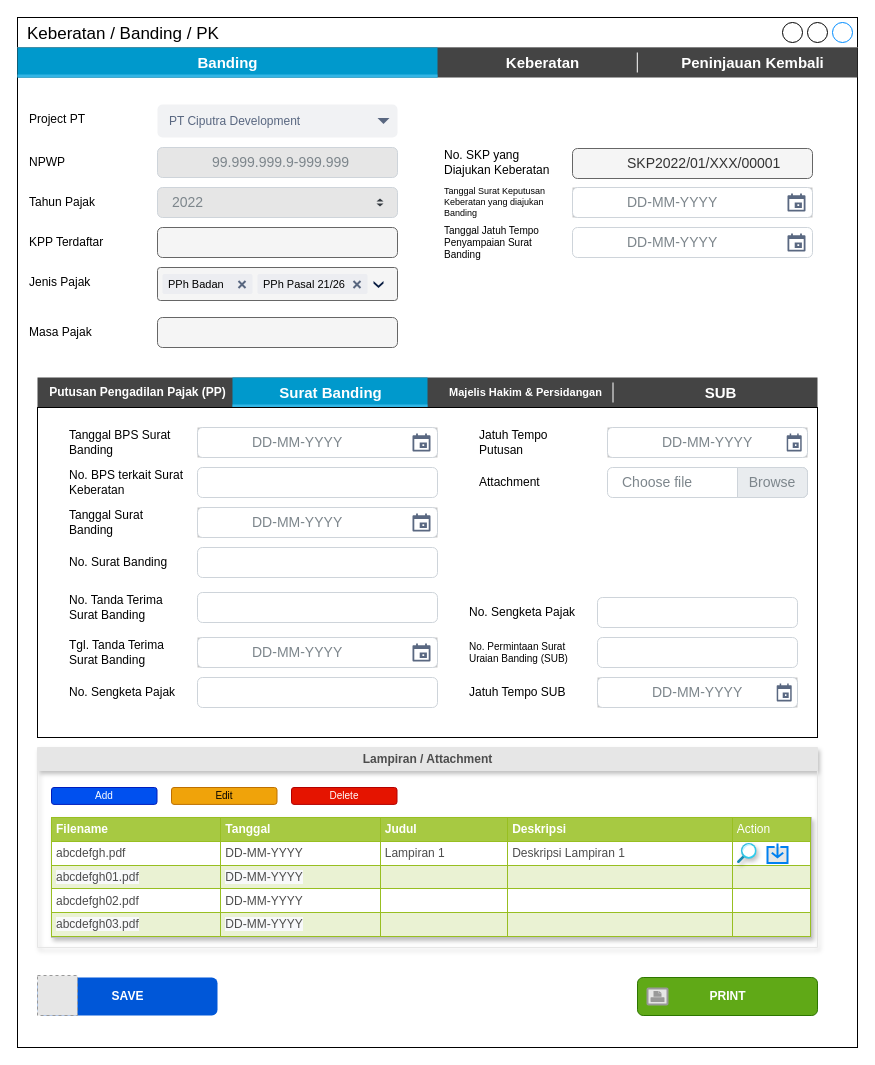
Above: page "4.0 Banding_addnew" (16 of 22) of TAMS.drawio in prasetyodavid/TAMS (draw.io), before the change. Source tidied: cells renumbered, new cells numbered last; positions are measured from the earlier drawing's top-left corner, leaving out a move shared by most shapes. Both pictures are drawn from the tidied source at 100%, with x=0, y=0 at pixel (17, 17). Pictures stored in the file or linked from it are replaced by grey dashed boxes.
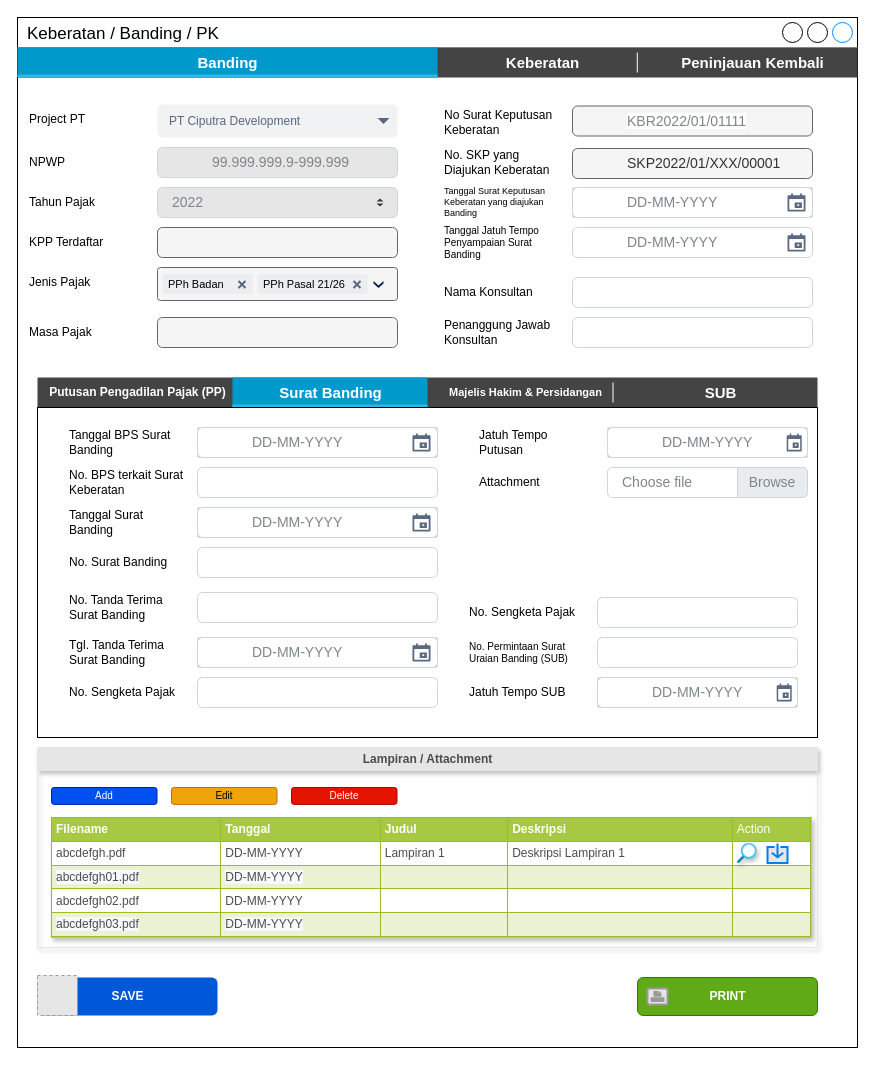
The same diagram, later.

Diff of the diagram source:
```diff
@@
+    <mxCell id="97" value="Nama Konsultan" style="text;html=1;strokeColor=none;fillColor=none;align=left;verticalAlign=middle;whiteSpace=wrap;rounded=0;fontColor=default;" parent="1" vertex="1">
+      <mxGeometry x="425" y="260" width="115" height="30" as="geometry" />
+    </mxCell>
+    <mxCell id="98" value="Penanggung Jawab Konsultan" style="text;html=1;strokeColor=none;fillColor=none;align=left;verticalAlign=middle;whiteSpace=wrap;rounded=0;fontColor=default;" parent="1" vertex="1">
+      <mxGeometry x="425" y="300" width="115" height="30" as="geometry" />
+    </mxCell>
+    <mxCell id="99" style="html=1;shadow=0;dashed=0;shape=mxgraph.bootstrap.rrect;rSize=5;strokeColor=#CED4DA;html=1;whiteSpace=wrap;fillColor=#FFFFFF;fontColor=#7D868C;align=left;spacing=15;spacingLeft=40;fontSize=14;" parent="1" vertex="1">
+      <mxGeometry x="555" y="260" width="240" height="30" as="geometry" />
+    </mxCell>
+    <mxCell id="100" style="html=1;shadow=0;dashed=0;shape=mxgraph.bootstrap.rrect;rSize=5;strokeColor=#CED4DA;html=1;whiteSpace=wrap;fillColor=#FFFFFF;fontColor=#7D868C;align=left;spacing=15;spacingLeft=40;fontSize=14;" parent="1" vertex="1">
+      <mxGeometry x="555" y="300" width="240" height="30" as="geometry" />
+    </mxCell>
+    <mxCell id="101" value="No Surat Keputusan Keberatan" style="text;html=1;strokeColor=none;fillColor=none;align=left;verticalAlign=middle;whiteSpace=wrap;rounded=0;fontColor=default;" parent="1" vertex="1">
+      <mxGeometry x="425" y="90" width="120" height="30" as="geometry" />
+    </mxCell>
+    <mxCell id="102" value="&lt;span style=&quot;color: rgb(125, 134, 140); background-color: rgb(255, 255, 255);&quot;&gt;KBR2022/01/01111&lt;/span&gt;" style="html=1;shadow=0;dashed=0;shape=mxgraph.bootstrap.rrect;rSize=5;strokeColor=#666666;html=1;whiteSpace=wrap;fillColor=#f5f5f5;fontColor=#333333;align=left;spacing=15;spacingLeft=40;fontSize=14;" parent="1" vertex="1">
+      <mxGeometry x="555" y="88.5" width="240" height="30" as="geometry" />
+    </mxCell>
```
